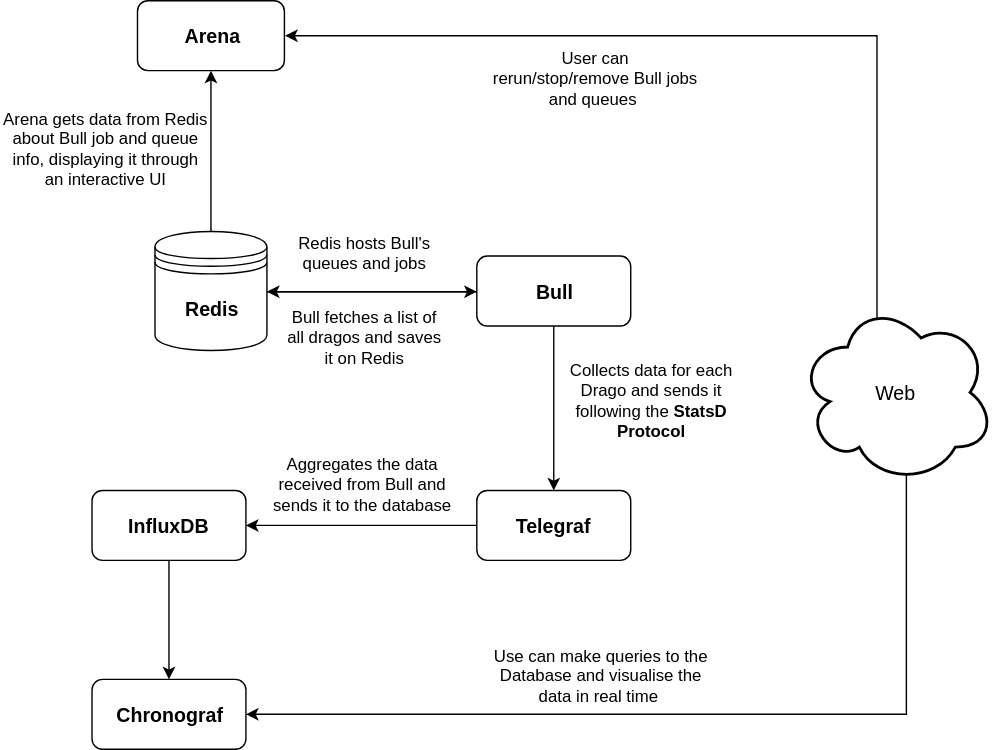
Above: packages/stats/rigoblockStats.svg in RigoBlock/rigoblock-monorepo (draw.io), before the change. Source tidied: cells renumbered, new cells last; positions are measured from the earlier drawing's top-left corner, leaving out a move shared by most shapes.
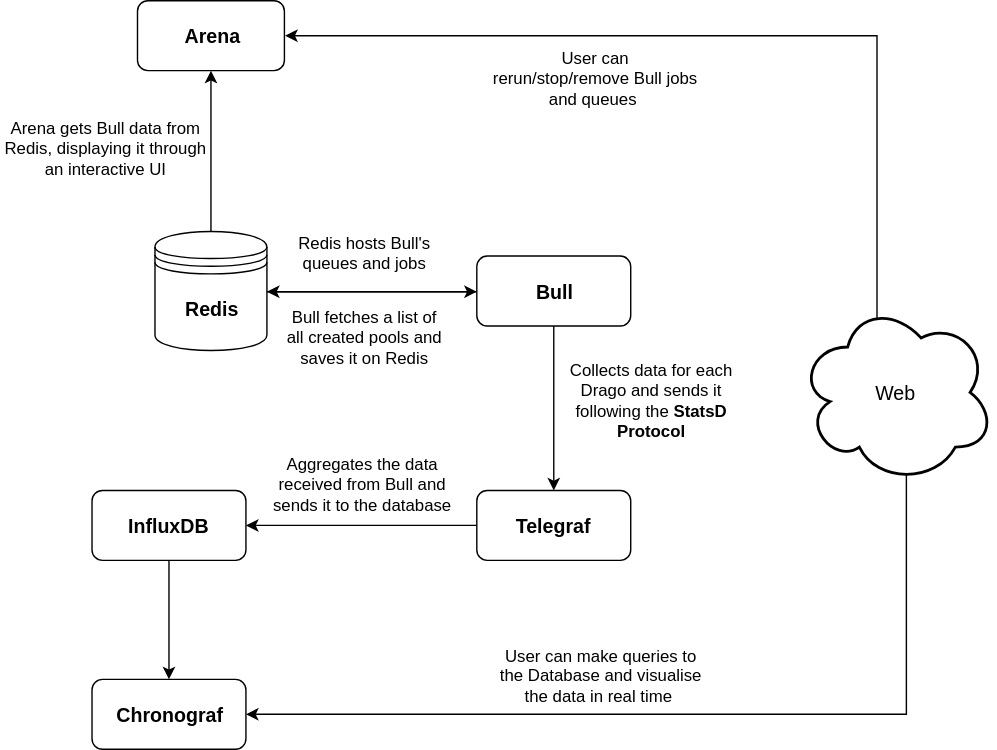
After the change.

Change to the diagram source:
```diff
@@ -58,10 +58,10 @@
     <mxCell id="17" value="&lt;span&gt;Redis hosts Bull's queues and jobs&lt;/span&gt;" style="text;html=1;strokeColor=none;fillColor=none;align=center;verticalAlign=middle;whiteSpace=wrap;rounded=0;" parent="1" vertex="1">
       <mxGeometry x="210" y="165" width="100" height="30" as="geometry" />
     </mxCell>
-    <mxCell id="18" value="Bull fetches a list of all dragos and saves it on Redis&lt;br&gt;" style="text;html=1;strokeColor=none;fillColor=none;align=center;verticalAlign=middle;whiteSpace=wrap;rounded=0;" parent="1" vertex="1">
+    <mxCell id="18" value="Bull fetches a list of all created pools and saves it on Redis&lt;br&gt;" style="text;html=1;strokeColor=none;fillColor=none;align=center;verticalAlign=middle;whiteSpace=wrap;rounded=0;" parent="1" vertex="1">
       <mxGeometry x="200" y="220" width="120" height="40" as="geometry" />
     </mxCell>
-    <mxCell id="19" value="Arena gets data from Redis about Bull job and queue info, displaying it through an interactive UI" style="text;html=1;strokeColor=none;fillColor=none;align=center;verticalAlign=middle;whiteSpace=wrap;rounded=0;" parent="1" vertex="1">
+    <mxCell id="19" value="Arena gets Bull data from Redis, displaying it through an interactive UI" style="text;html=1;strokeColor=none;fillColor=none;align=center;verticalAlign=middle;whiteSpace=wrap;rounded=0;" parent="1" vertex="1">
       <mxGeometry y="70" width="150" height="70" as="geometry" />
     </mxCell>
     <mxCell id="20" value="Collects data for each Drago and sends it following the &lt;b&gt;StatsD Protocol&lt;/b&gt;" style="text;html=1;strokeColor=none;fillColor=none;align=center;verticalAlign=middle;whiteSpace=wrap;rounded=0;" parent="1" vertex="1">
@@ -73,7 +73,7 @@
     <mxCell id="22" value="User can rerun/stop/remove Bull jobs and queues&amp;nbsp;&lt;br&gt;" style="text;html=1;strokeColor=none;fillColor=none;align=center;verticalAlign=middle;whiteSpace=wrap;rounded=0;" parent="1" vertex="1">
       <mxGeometry x="350" y="30" width="150" height="50" as="geometry" />
     </mxCell>
-    <mxCell id="23" value="Use can make queries to the Database and visualise the data in real time&amp;nbsp;" style="text;html=1;strokeColor=none;fillColor=none;align=center;verticalAlign=middle;whiteSpace=wrap;rounded=0;" parent="1" vertex="1">
+    <mxCell id="23" value="User can make queries to the Database and visualise the data in real time&amp;nbsp;" style="text;html=1;strokeColor=none;fillColor=none;align=center;verticalAlign=middle;whiteSpace=wrap;rounded=0;" parent="1" vertex="1">
       <mxGeometry x="350" y="460" width="158" height="43" as="geometry" />
     </mxCell>
   </root>
```
